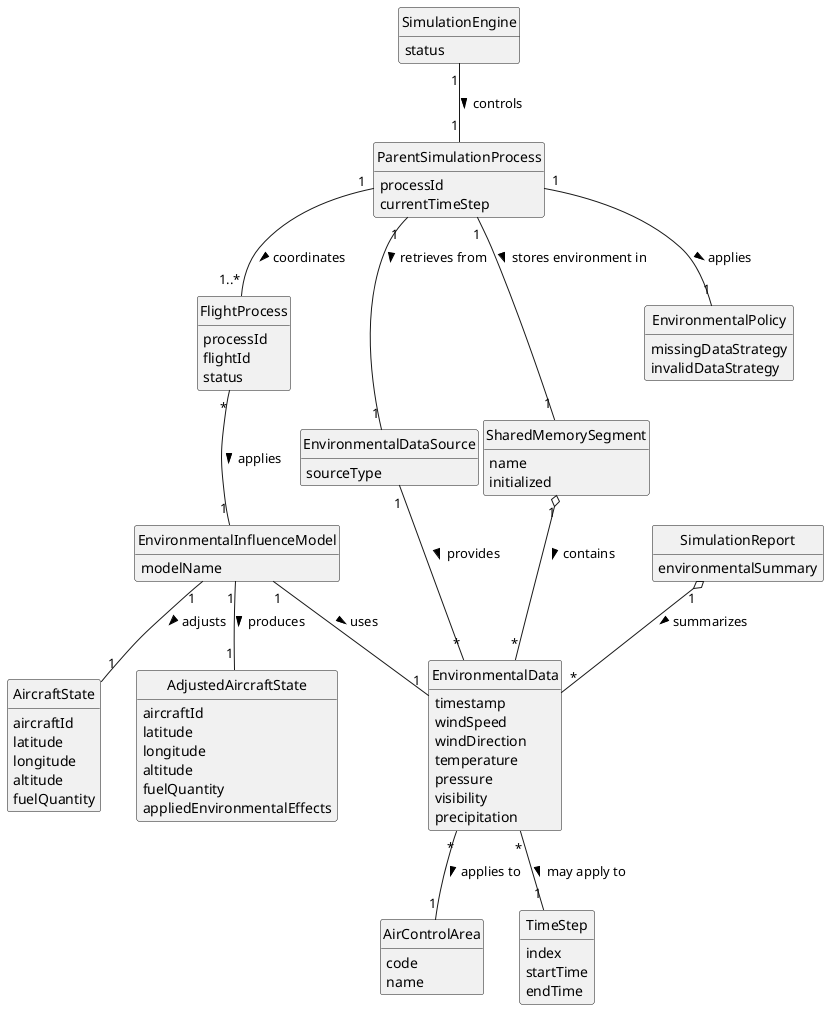
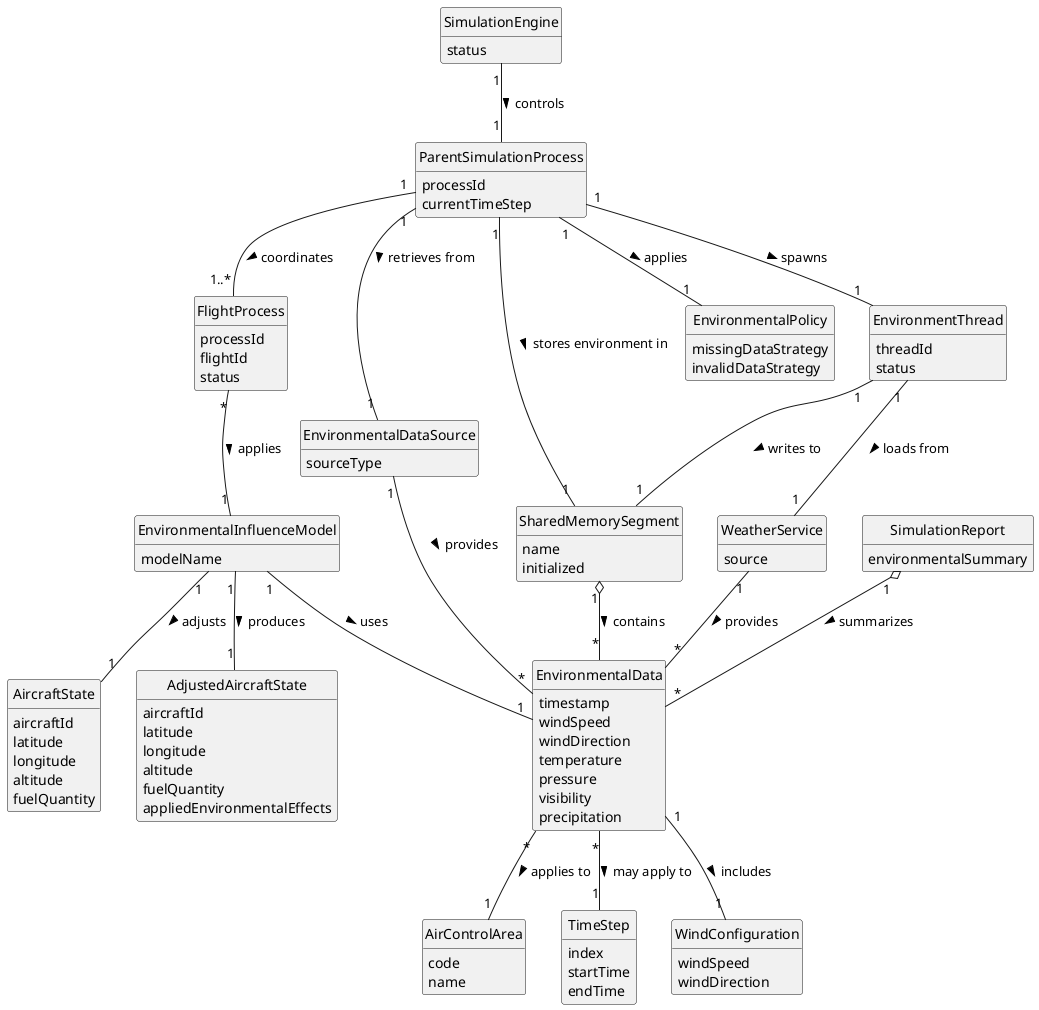
@startuml

hide class
hide circle
hide methods
hide empty members
skinparam monochrome true
skinparam packageStyle rectangle
skinparam shadowing false
skinparam classAttributeIconSize 0

class SimulationEngine {
    status
}

class ParentSimulationProcess {
    processId
    currentTimeStep
}

class FlightProcess {
    processId
    flightId
    status
}

class EnvironmentalData {
    timestamp
    windSpeed
    windDirection
    temperature
    pressure
    visibility
    precipitation
}

class EnvironmentalDataSource {
    sourceType
}

class AirControlArea {
    code
    name
}

class TimeStep {
    index
    startTime
    endTime
}

class SharedMemorySegment {
    name
    initialized
}

class EnvironmentalInfluenceModel {
    modelName
}

class AircraftState {
    aircraftId
    latitude
    longitude
    altitude
    fuelQuantity
}

class AdjustedAircraftState {
    aircraftId
    latitude
    longitude
    altitude
    fuelQuantity
    appliedEnvironmentalEffects
}

class EnvironmentalPolicy {
    missingDataStrategy
    invalidDataStrategy
}

class SimulationReport {
    environmentalSummary
}

+ class EnvironmentThread {
+     threadId
+     status
+ }
+ 
+ class WeatherService {
+     source
+ }
+ 
+ class WindConfiguration {
+     windSpeed
+     windDirection
+ }
+ 
SimulationEngine "1" -- "1" ParentSimulationProcess : controls >
ParentSimulationProcess "1" -- "1..*" FlightProcess : coordinates >
ParentSimulationProcess "1" -- "1" EnvironmentalDataSource : retrieves from >
EnvironmentalDataSource "1" -- "*" EnvironmentalData : provides >
EnvironmentalData "*" -- "1" AirControlArea : applies to >
EnvironmentalData "*" -- "1" TimeStep : may apply to >

ParentSimulationProcess "1" -- "1" SharedMemorySegment : stores environment in >
SharedMemorySegment "1" o-- "*" EnvironmentalData : contains >

FlightProcess "*" -- "1" EnvironmentalInfluenceModel : applies >
EnvironmentalInfluenceModel "1" -- "1" EnvironmentalData : uses >
EnvironmentalInfluenceModel "1" -- "1" AircraftState : adjusts >
EnvironmentalInfluenceModel "1" -- "1" AdjustedAircraftState : produces >

ParentSimulationProcess "1" -- "1" EnvironmentalPolicy : applies >
SimulationReport "1" o-- "*" EnvironmentalData : summarizes >

+ ParentSimulationProcess "1" -- "1" EnvironmentThread : spawns >
+ EnvironmentThread "1" -- "1" WeatherService : loads from >
+ WeatherService "1" -- "*" EnvironmentalData : provides >
+ EnvironmentalData "1" -- "1" WindConfiguration : includes >
+ EnvironmentThread "1" -- "1" SharedMemorySegment : writes to >
+ 
@enduml